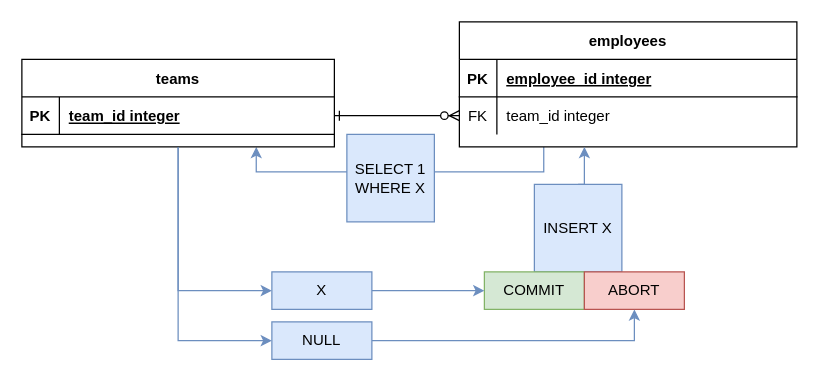
Earlier version of the draw.io diagram PKcheck.drawio (mackchay/pg_FKtest). Source tidied: cells renumbered, new cells numbered last; positions are measured from the earlier drawing's top-left corner, leaving out a move shared by most shapes. Both pictures are drawn from the tidied source at 125%, with x=0, y=0 at pixel (21, 21).
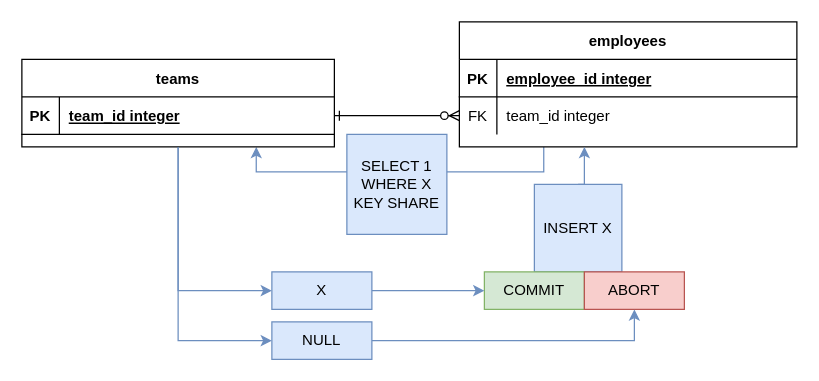
After the change.

Diff of the diagram source:
```diff
@@
-    <mxCell id="18" value="SELECT 1&lt;div&gt;WHERE X&lt;/div&gt;" style="whiteSpace=wrap;html=1;fillColor=#dae8fc;strokeColor=#6c8ebf;" parent="1" vertex="1">
-      <mxGeometry x="260" y="90" width="70" height="70" as="geometry" />
+    <mxCell id="18" value="SELECT 1&lt;div&gt;WHERE X&lt;/div&gt;&lt;div&gt;KEY SHARE&lt;/div&gt;" style="whiteSpace=wrap;html=1;fillColor=#dae8fc;strokeColor=#6c8ebf;" parent="1" vertex="1">
+      <mxGeometry x="260" y="90" width="80" height="80" as="geometry" />
     </mxCell>
```
